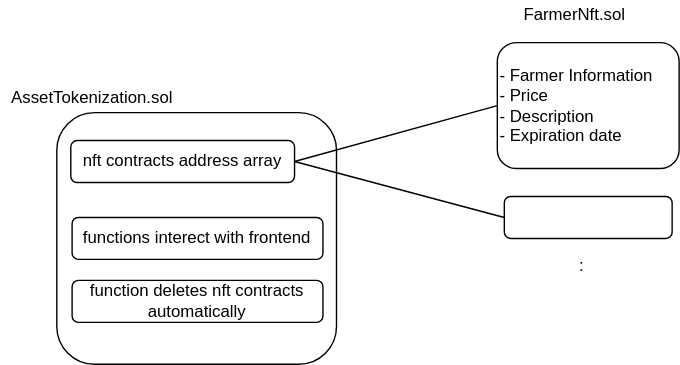
Earlier version of the draw.io export contract/overview.drawio.svg (unchain-tech/AVAX-Asset-Tokenization). Source tidied: cells renumbered, new cells last; positions are measured from the earlier drawing's top-left corner, leaving out a move shared by most shapes.
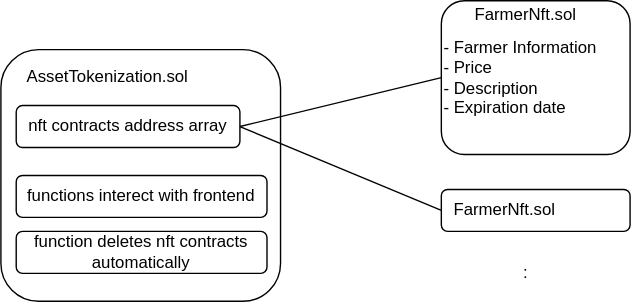
The same diagram one commit later.

The edit, as a diff of the source:
```diff
@@ -5,40 +5,38 @@
     <mxCell id="2" style="rounded=1;whiteSpace=wrap;html=1;" parent="1" vertex="1">
       <mxGeometry x="40" y="80" width="200" height="180" as="geometry" />
     </mxCell>
-    <mxCell id="3" value="AssetTokenization.sol" style="text;html=1;align=center;verticalAlign=middle;strokeColor=none;fillColor=none;" parent="1" vertex="1">
-      <mxGeometry y="60" width="130" height="20" as="geometry" />
+    <mxCell id="3" value="AssetTokenization.sol" style="text;html=1;align=center;verticalAlign=middle;strokeColor=none;fillColor=default;" parent="1" vertex="1">
+      <mxGeometry x="50.9" y="90" width="130" height="20" as="geometry" />
     </mxCell>
-    <mxCell id="4" style="edgeStyle=none;html=1;startArrow=none;startFill=0;endArrow=none;endFill=0;" parent="1" edge="1" source="5">
-      <mxGeometry relative="1" as="geometry">
-        <mxPoint x="210" y="115" as="targetPoint" />
-      </mxGeometry>
-    </mxCell>
     <mxCell id="5" value="nft contracts address array" style="rounded=1;whiteSpace=wrap;html=1;align=center;" parent="1" vertex="1">
-      <mxGeometry x="50" y="100" width="160" height="30" as="geometry" />
+      <mxGeometry x="50.9" y="120" width="160" height="30" as="geometry" />
     </mxCell>
     <mxCell id="6" style="edgeStyle=none;html=1;entryX=1;entryY=0.5;entryDx=0;entryDy=0;startArrow=none;startFill=0;endArrow=none;endFill=0;exitX=0;exitY=0.5;exitDx=0;exitDy=0;" parent="1" edge="1" source="7" target="5">
       <mxGeometry relative="1" as="geometry" />
     </mxCell>
     <mxCell id="7" style="rounded=1;whiteSpace=wrap;html=1;align=left;" parent="1" vertex="1">
-      <mxGeometry x="360" y="140" width="120" height="30" as="geometry" />
+      <mxGeometry x="355" y="180" width="135" height="30" as="geometry" />
     </mxCell>
     <mxCell id="8" style="edgeStyle=none;html=1;startArrow=none;startFill=0;endArrow=none;endFill=0;exitX=0;exitY=0.5;exitDx=0;exitDy=0;entryX=1;entryY=0.5;entryDx=0;entryDy=0;" parent="1" edge="1" source="9" target="5">
       <mxGeometry relative="1" as="geometry" />
     </mxCell>
     <mxCell id="9" value="&lt;span&gt;- Farmer Information&lt;/span&gt;&lt;br&gt;&lt;span&gt;- Price&lt;br&gt;&lt;/span&gt;&lt;div&gt;- Description&lt;/div&gt;&lt;span&gt;- Expiration date&lt;/span&gt;" style="rounded=1;whiteSpace=wrap;html=1;align=left;" parent="1" vertex="1">
-      <mxGeometry x="355" y="30" width="130" height="90" as="geometry" />
+      <mxGeometry x="355" y="45" width="135" height="110" as="geometry" />
     </mxCell>
     <mxCell id="10" value="FarmerNft.sol" style="text;html=1;align=center;verticalAlign=middle;strokeColor=none;fillColor=none;" parent="1" vertex="1">
-      <mxGeometry x="365" width="90" height="20" as="geometry" />
+      <mxGeometry x="370" y="45" width="90" height="20" as="geometry" />
     </mxCell>
     <mxCell id="11" value=":" style="text;html=1;align=center;verticalAlign=middle;strokeColor=none;fillColor=none;" parent="1" vertex="1">
-      <mxGeometry x="405" y="180" width="20" height="20" as="geometry" />
+      <mxGeometry x="405" y="230" width="20" height="20" as="geometry" />
     </mxCell>
     <mxCell id="12" value="functions interect with frontend" style="rounded=1;whiteSpace=wrap;html=1;align=center;" parent="1" vertex="1">
-      <mxGeometry x="50.9" y="155" width="179.4" height="30" as="geometry" />
+      <mxGeometry x="50.9" y="170" width="179.4" height="30" as="geometry" />
     </mxCell>
     <mxCell id="13" value="function deletes nft contracts automatically" style="rounded=1;whiteSpace=wrap;html=1;align=center;" parent="1" vertex="1">
-      <mxGeometry x="50.9" y="200" width="179.4" height="30" as="geometry" />
+      <mxGeometry x="50.9" y="210" width="179.4" height="30" as="geometry" />
     </mxCell>
+    <mxCell id="14" value="FarmerNft.sol" style="text;html=1;align=center;verticalAlign=middle;strokeColor=none;fillColor=none;" parent="1" vertex="1">
+      <mxGeometry x="355" y="185" width="90" height="20" as="geometry" />
+    </mxCell>
   </root>
 </mxGraphModel>
```
